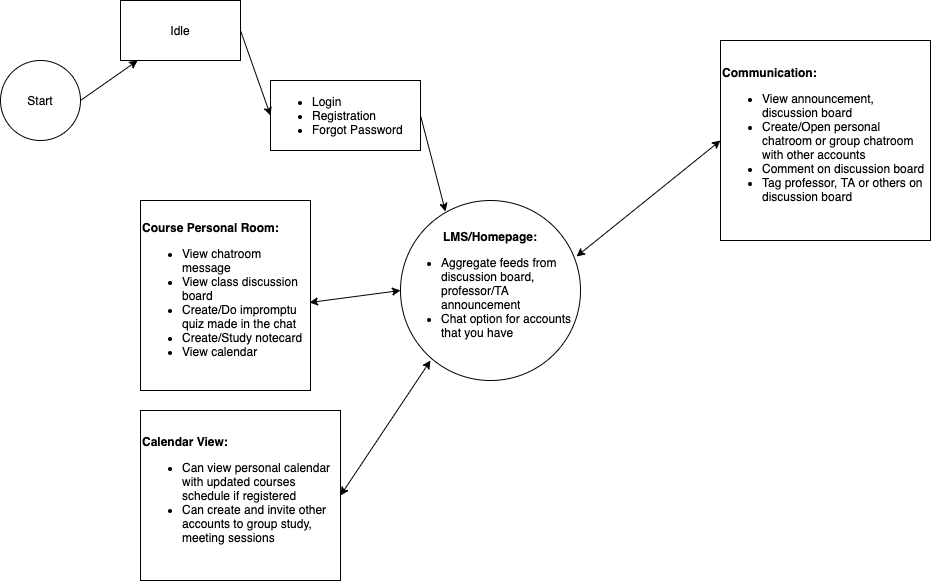
Above: Design_Diagrams/d0.png in S1mS1ngh/senior-design (draw.io), before the change. Source tidied: cells renumbered, new cells last; positions are measured from the earlier drawing's top-left corner, leaving out a move shared by most shapes.
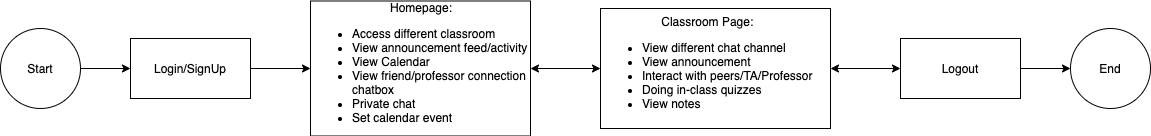
After the change.

What changed in the source:
```diff
@@ -5,43 +5,35 @@
     <mxCell id="2" value="Start" style="ellipse;whiteSpace=wrap;html=1;" parent="1" vertex="1">
       <mxGeometry y="60" width="80" height="80" as="geometry" />
     </mxCell>
-    <mxCell id="3" value="Idle" style="rounded=0;whiteSpace=wrap;html=1;" parent="1" vertex="1">
-      <mxGeometry x="120" width="120" height="60" as="geometry" />
+    <mxCell id="3" value="Login/SignUp" style="rounded=0;whiteSpace=wrap;html=1;" parent="1" vertex="1">
+      <mxGeometry x="130" y="70" width="120" height="60" as="geometry" />
     </mxCell>
     <mxCell id="4" style="endArrow=classic;html=1;exitX=1;exitY=0.5;exitDx=0;exitDy=0;" parent="1" edge="1" source="2" target="3">
       <mxGeometry relative="1" as="geometry" />
     </mxCell>
-    <mxCell id="5" value="&lt;ul&gt;&lt;li&gt;Login&lt;/li&gt;&lt;li&gt;Registration&lt;/li&gt;&lt;li&gt;Forgot Password&lt;/li&gt;&lt;/ul&gt;" style="rounded=0;whiteSpace=wrap;html=1;align=left;" parent="1" vertex="1">
-      <mxGeometry x="270" y="80" width="150" height="70" as="geometry" />
+    <mxCell id="5" value="&lt;div style=&quot;text-align: center&quot;&gt;Homepage:&lt;/div&gt;&lt;div&gt;&lt;ul&gt;&lt;li&gt;Access different classroom&lt;/li&gt;&lt;li&gt;View announcement feed/activity&lt;/li&gt;&lt;li&gt;View Calendar&lt;/li&gt;&lt;li&gt;View friend/professor connection chatbox&lt;/li&gt;&lt;li&gt;Private chat&lt;/li&gt;&lt;li&gt;Set calendar event&lt;/li&gt;&lt;/ul&gt;&lt;/div&gt;" style="rounded=0;whiteSpace=wrap;html=1;align=left;" parent="1" vertex="1">
+      <mxGeometry x="310" y="32.5" width="220" height="135" as="geometry" />
     </mxCell>
     <mxCell id="6" style="endArrow=classic;html=1;exitX=1;exitY=0.5;exitDx=0;exitDy=0;entryX=0;entryY=0.5;entryDx=0;entryDy=0;" parent="1" edge="1" source="3" target="5">
       <mxGeometry relative="1" as="geometry" />
     </mxCell>
-    <mxCell id="7" value="&lt;b&gt;LMS/Homepage:&lt;/b&gt;&lt;br&gt;&lt;ul&gt;&lt;li style=&quot;text-align: left&quot;&gt;Aggregate feeds from discussion board, professor/TA announcement&lt;/li&gt;&lt;li style=&quot;text-align: left&quot;&gt;Chat option for accounts that you have&lt;/li&gt;&lt;/ul&gt;" style="ellipse;whiteSpace=wrap;html=1;" parent="1" vertex="1">
-      <mxGeometry x="400" y="200" width="180" height="180" as="geometry" />
-    </mxCell>
-    <mxCell id="8" style="endArrow=classic;html=1;exitX=1;exitY=0.5;exitDx=0;exitDy=0;entryX=0.25;entryY=0.061;entryDx=0;entryDy=0;entryPerimeter=0;" parent="1" edge="1" source="5" target="7">
-      <mxGeometry relative="1" as="geometry" />
-    </mxCell>
-    <mxCell id="9" value="&lt;b&gt;Course Personal Room:&lt;/b&gt;&lt;br&gt;&lt;ul&gt;&lt;li&gt;View chatroom message&lt;/li&gt;&lt;li&gt;View class discussion board&lt;/li&gt;&lt;li&gt;Create/Do impromptu quiz made in the chat&lt;/li&gt;&lt;li&gt;Create/Study notecard&lt;/li&gt;&lt;li&gt;View calendar&lt;/li&gt;&lt;/ul&gt;" style="rounded=0;whiteSpace=wrap;html=1;align=left;" parent="1" vertex="1">
-      <mxGeometry x="140" y="200" width="170" height="190" as="geometry" />
-    </mxCell>
-    <mxCell id="10" style="endArrow=classic;startArrow=classic;html=1;exitX=0.994;exitY=0.537;exitDx=0;exitDy=0;exitPerimeter=0;entryX=0;entryY=0.5;entryDx=0;entryDy=0;" parent="1" edge="1" source="9" target="7">
-      <mxGeometry relative="1" as="geometry" />
-    </mxCell>
-    <mxCell id="11" value="&lt;b&gt;Calendar View:&lt;/b&gt;&lt;br&gt;&lt;ul&gt;&lt;li&gt;Can view personal calendar with updated courses schedule if registered&lt;/li&gt;&lt;li&gt;Can create and invite other accounts to group study, meeting sessions&lt;/li&gt;&lt;/ul&gt;" style="rounded=0;whiteSpace=wrap;html=1;align=left;" parent="1" vertex="1">
-      <mxGeometry x="140" y="410" width="200" height="170" as="geometry" />
-    </mxCell>
-    <mxCell id="12" style="endArrow=classic;startArrow=classic;html=1;exitX=1;exitY=0.5;exitDx=0;exitDy=0;" parent="1" edge="1" source="11">
-      <mxGeometry relative="1" as="geometry">
-        <mxPoint x="430" y="360" as="targetPoint" />
-      </mxGeometry>
-    </mxCell>
-    <mxCell id="13" value="&lt;b&gt;Communication:&lt;/b&gt;&lt;br&gt;&lt;ul&gt;&lt;li&gt;View announcement, discussion board&lt;/li&gt;&lt;li&gt;Create/Open personal chatroom or group chatroom with other accounts&lt;/li&gt;&lt;li&gt;Comment on discussion board&lt;/li&gt;&lt;li&gt;Tag professor, TA or others on discussion board&lt;/li&gt;&lt;/ul&gt;" style="rounded=0;whiteSpace=wrap;html=1;align=left;" parent="1" vertex="1">
-      <mxGeometry x="720" y="40" width="210" height="200" as="geometry" />
-    </mxCell>
-    <mxCell id="14" style="endArrow=classic;startArrow=classic;html=1;exitX=0.978;exitY=0.311;exitDx=0;exitDy=0;exitPerimeter=0;entryX=0;entryY=0.5;entryDx=0;entryDy=0;" parent="1" edge="1" source="7" target="13">
-      <mxGeometry relative="1" as="geometry" />
-    </mxCell>
+    <mxCell id="15" value="&lt;div style=&quot;text-align: center&quot;&gt;&lt;span&gt;Classroom Page:&lt;/span&gt;&lt;/div&gt;&lt;ul&gt;&lt;li&gt;View different chat channel&lt;/li&gt;&lt;li&gt;View announcement&lt;/li&gt;&lt;li&gt;Interact with peers/TA/Professor&lt;/li&gt;&lt;li&gt;Doing in-class quizzes&lt;/li&gt;&lt;li&gt;View notes&lt;/li&gt;&lt;/ul&gt;" style="rounded=0;whiteSpace=wrap;html=1;align=left;" parent="1" vertex="1">
+      <mxGeometry x="600" y="40" width="230" height="120" as="geometry" />
+    </mxCell>
+    <mxCell id="16" style="edgeStyle=orthogonalEdgeStyle;rounded=0;jettySize=auto;html=1;" parent="1" edge="1" source="17" target="18">
+      <mxGeometry relative="1" as="geometry" />
+    </mxCell>
+    <mxCell id="17" value="Logout" style="rounded=0;whiteSpace=wrap;html=1;" parent="1" vertex="1">
+      <mxGeometry x="900" y="70" width="120" height="60" as="geometry" />
+    </mxCell>
+    <mxCell id="18" value="End" style="ellipse;whiteSpace=wrap;html=1;" parent="1" vertex="1">
+      <mxGeometry x="1070" y="60" width="80" height="80" as="geometry" />
+    </mxCell>
+    <mxCell id="19" style="endArrow=classic;startArrow=classic;html=1;entryX=0;entryY=0.5;entryDx=0;entryDy=0;exitX=1;exitY=0.5;exitDx=0;exitDy=0;" parent="1" edge="1" source="15" target="17">
+      <mxGeometry relative="1" as="geometry" />
+    </mxCell>
+    <mxCell id="20" style="endArrow=classic;startArrow=classic;html=1;entryX=0;entryY=0.5;entryDx=0;entryDy=0;exitX=1;exitY=0.5;exitDx=0;exitDy=0;" parent="1" edge="1" source="5" target="15">
+      <mxGeometry relative="1" as="geometry" />
+    </mxCell>
   </root>
 </mxGraphModel>
```
